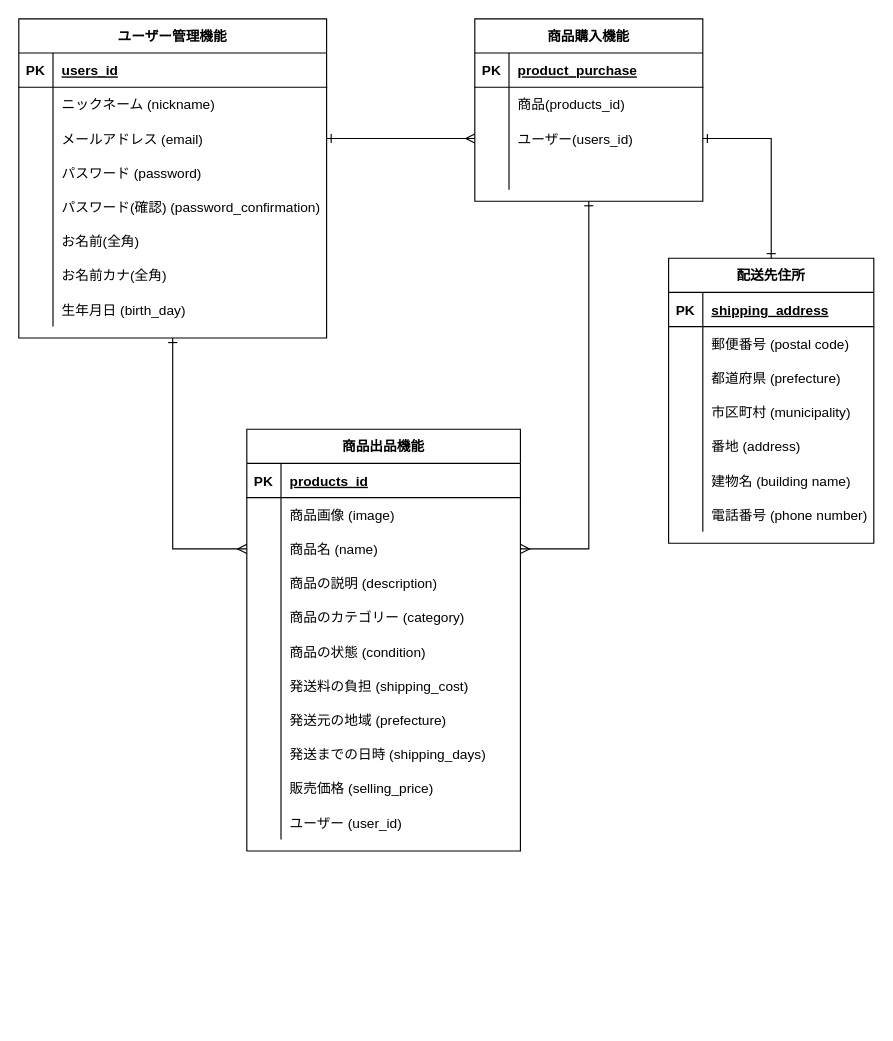
This is furima.dio from kurita-t/furima-33062, a draw.io file, before an edit. Source tidied: cells renumbered, new cells numbered last; positions are measured from the earlier drawing's top-left corner, leaving out a move shared by most shapes. Both pictures are drawn from the tidied source at 114%, with x=0, y=0 at pixel (18, 18).
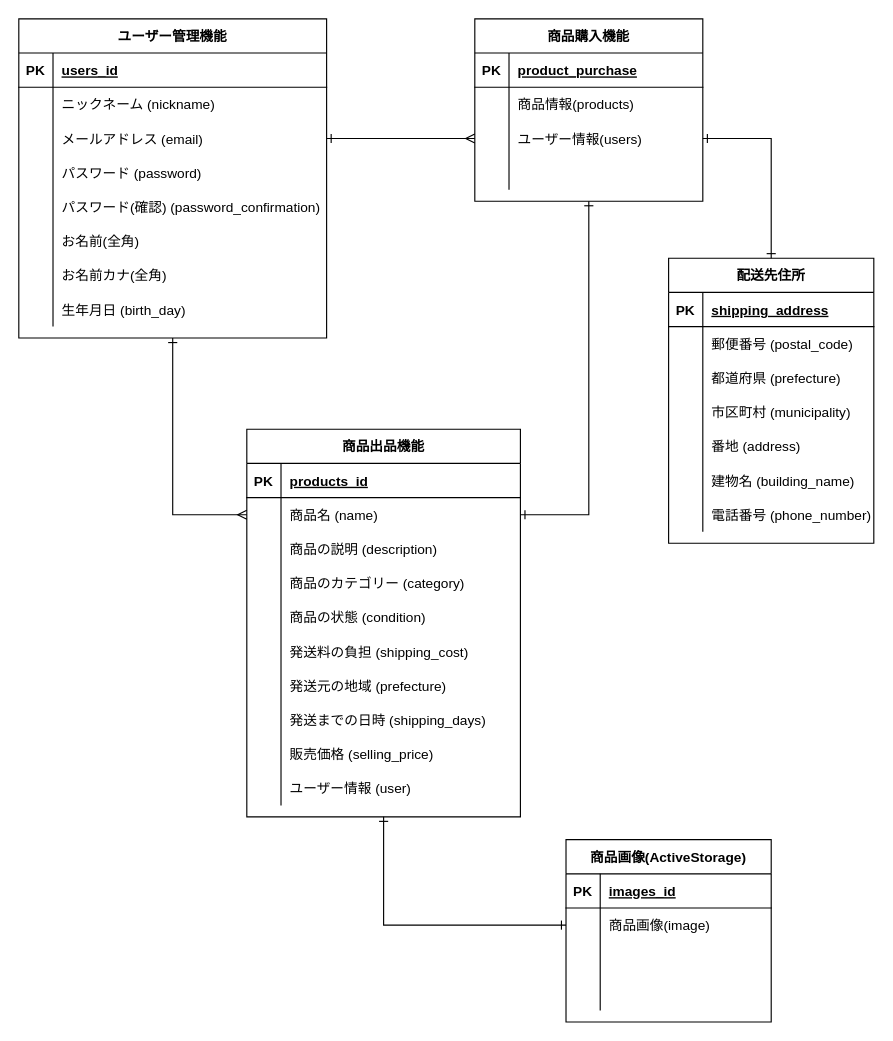
After the change.

Commit message:
ER図作成(修正後)

Unchanged cells that the change refers to:
```xml
<mxCell id="66" style="shape=partialRectangle;fillColor=none;top=0;left=0;bottom=0;right=0;" parent="62" vertex="1">
  <mxGeometry y="60" width="180" height="30" as="geometry" />
</mxCell>
<mxCell id="78" style="shape=partialRectangle;fillColor=none;top=0;left=0;bottom=0;right=0;" parent="62" vertex="1">
  <mxGeometry y="180" width="180" height="30" as="geometry" />
</mxCell>
<mxCell id="81" style="shape=partialRectangle;fillColor=none;top=0;left=0;bottom=0;right=0;" parent="62" vertex="1">
  <mxGeometry y="210" width="180" height="30" as="geometry" />
</mxCell>
<mxCell id="85" value="商品購入機能" style="shape=table;startSize=30;childLayout=tableLayout;rowLines=0;fontStyle=1;align=center;" parent="1" vertex="1">
  <mxGeometry x="400" width="200" height="160" as="geometry" />
</mxCell>
<mxCell id="89" style="shape=partialRectangle;fillColor=none;top=0;left=0;bottom=0;right=0;" parent="85" vertex="1">
  <mxGeometry y="60" width="200" height="30" as="geometry" />
</mxCell>
<mxCell id="92" style="shape=partialRectangle;fillColor=none;top=0;left=0;bottom=0;right=0;points=[[0,0.5],[1,0.5]];portConstraint=eastwest;" parent="85" vertex="1">
  <mxGeometry y="90" width="200" height="30" as="geometry" />
</mxCell>
```

Diff of the diagram source:
```diff
@@
     <mxCell id="28" value="商品出品機能" style="shape=table;startSize=30;childLayout=tableLayout;rowLines=0;fontStyle=1;align=center;" parent="1" vertex="1">
-      <mxGeometry x="200" y="360" width="240" height="370" as="geometry" />
+      <mxGeometry x="200" y="360" width="240" height="340" as="geometry" />
     </mxCell>
@@
-    <mxCell id="32" style="shape=partialRectangle;fillColor=none;top=0;left=0;bottom=0;right=0;" parent="28" vertex="1">
-      <mxGeometry y="60" width="240" height="30" as="geometry" />
-    </mxCell>
-    <mxCell id="33" style="shape=partialRectangle;fillColor=none;top=0;left=0;bottom=0;right=0;overflow=hidden;" parent="32" vertex="1">
-      <mxGeometry width="30" height="30" as="geometry" />
-    </mxCell>
-    <mxCell id="34" value="商品画像 (image)" style="shape=partialRectangle;fillColor=none;top=0;left=0;bottom=0;right=0;align=left;spacingLeft=6;overflow=hidden;" parent="32" vertex="1">
-      <mxGeometry x="30" width="210" height="30" as="geometry" />
-    </mxCell>
     <mxCell id="35" style="shape=partialRectangle;fillColor=none;top=0;left=0;bottom=0;right=0;points=[[0,0.5],[1,0.5]];portConstraint=eastwest;" parent="28" vertex="1">
-      <mxGeometry y="90" width="240" height="30" as="geometry" />
+      <mxGeometry y="60" width="240" height="30" as="geometry" />
     </mxCell>
@@
     <mxCell id="38" style="shape=partialRectangle;fillColor=none;top=0;left=0;bottom=0;right=0;" parent="28" vertex="1">
-      <mxGeometry y="120" width="240" height="30" as="geometry" />
+      <mxGeometry y="90" width="240" height="30" as="geometry" />
     </mxCell>
@@
     <mxCell id="41" style="shape=partialRectangle;fillColor=none;top=0;left=0;bottom=0;right=0;" parent="28" vertex="1">
-      <mxGeometry y="150" width="240" height="30" as="geometry" />
+      <mxGeometry y="120" width="240" height="30" as="geometry" />
     </mxCell>
@@
     <mxCell id="44" style="shape=partialRectangle;fillColor=none;top=0;left=0;bottom=0;right=0;" parent="28" vertex="1">
-      <mxGeometry y="180" width="240" height="30" as="geometry" />
+      <mxGeometry y="150" width="240" height="30" as="geometry" />
     </mxCell>
@@
     <mxCell id="47" style="shape=partialRectangle;fillColor=none;top=0;left=0;bottom=0;right=0;" parent="28" vertex="1">
-      <mxGeometry y="210" width="240" height="30" as="geometry" />
+      <mxGeometry y="180" width="240" height="30" as="geometry" />
     </mxCell>
@@
     <mxCell id="50" style="shape=partialRectangle;fillColor=none;top=0;left=0;bottom=0;right=0;" parent="28" vertex="1">
-      <mxGeometry y="240" width="240" height="30" as="geometry" />
+      <mxGeometry y="210" width="240" height="30" as="geometry" />
     </mxCell>
@@
     <mxCell id="53" style="shape=partialRectangle;fillColor=none;top=0;left=0;bottom=0;right=0;" parent="28" vertex="1">
-      <mxGeometry y="270" width="240" height="30" as="geometry" />
+      <mxGeometry y="240" width="240" height="30" as="geometry" />
     </mxCell>
@@
     <mxCell id="56" style="shape=partialRectangle;fillColor=none;top=0;left=0;bottom=0;right=0;" parent="28" vertex="1">
-      <mxGeometry y="300" width="240" height="30" as="geometry" />
+      <mxGeometry y="270" width="240" height="30" as="geometry" />
     </mxCell>
@@
     <mxCell id="59" style="shape=partialRectangle;fillColor=none;top=0;left=0;bottom=0;right=0;" parent="28" vertex="1">
-      <mxGeometry y="330" width="240" height="30" as="geometry" />
+      <mxGeometry y="300" width="240" height="30" as="geometry" />
     </mxCell>
@@
-    <mxCell id="61" value="ユーザー (user_id)" style="shape=partialRectangle;fillColor=none;top=0;left=0;bottom=0;right=0;align=left;spacingLeft=6;overflow=hidden;" parent="59" vertex="1">
+    <mxCell id="61" value="ユーザー情報 (user)" style="shape=partialRectangle;fillColor=none;top=0;left=0;bottom=0;right=0;align=left;spacingLeft=6;overflow=hidden;" parent="59" vertex="1">
       <mxGeometry x="30" width="210" height="30" as="geometry" />
     </mxCell>
@@
-    <mxCell id="68" value="郵便番号 (postal code)" style="shape=partialRectangle;fillColor=none;top=0;left=0;bottom=0;right=0;align=left;spacingLeft=6;overflow=hidden;" parent="66" vertex="1">
+    <mxCell id="68" value="郵便番号 (postal_code)" style="shape=partialRectangle;fillColor=none;top=0;left=0;bottom=0;right=0;align=left;spacingLeft=6;overflow=hidden;" parent="66" vertex="1">
       <mxGeometry x="30" width="150" height="30" as="geometry" />
     </mxCell>
@@
-    <mxCell id="80" value="建物名 (building name)" style="shape=partialRectangle;fillColor=none;top=0;left=0;bottom=0;right=0;align=left;spacingLeft=6;overflow=hidden;" parent="78" vertex="1">
+    <mxCell id="80" value="建物名 (building_name)" style="shape=partialRectangle;fillColor=none;top=0;left=0;bottom=0;right=0;align=left;spacingLeft=6;overflow=hidden;" parent="78" vertex="1">
       <mxGeometry x="30" width="150" height="30" as="geometry" />
     </mxCell>
@@
-    <mxCell id="83" value="電話番号 (phone number)" style="shape=partialRectangle;fillColor=none;top=0;left=0;bottom=0;right=0;align=left;spacingLeft=6;overflow=hidden;" parent="81" vertex="1">
+    <mxCell id="83" value="電話番号 (phone_number)" style="shape=partialRectangle;fillColor=none;top=0;left=0;bottom=0;right=0;align=left;spacingLeft=6;overflow=hidden;" parent="81" vertex="1">
       <mxGeometry x="30" width="150" height="30" as="geometry" />
     </mxCell>
@@
-    <mxCell id="91" value="商品(products_id)" style="shape=partialRectangle;fillColor=none;top=0;left=0;bottom=0;right=0;align=left;spacingLeft=6;overflow=hidden;" parent="89" vertex="1">
+    <mxCell id="91" value="商品情報(products)" style="shape=partialRectangle;fillColor=none;top=0;left=0;bottom=0;right=0;align=left;spacingLeft=6;overflow=hidden;" parent="89" vertex="1">
       <mxGeometry x="30" width="170" height="30" as="geometry" />
     </mxCell>
@@
-    <mxCell id="94" value="ユーザー(users_id)" style="shape=partialRectangle;fillColor=none;top=0;left=0;bottom=0;right=0;align=left;spacingLeft=6;overflow=hidden;" parent="92" vertex="1">
+    <mxCell id="94" value="ユーザー情報(users)" style="shape=partialRectangle;fillColor=none;top=0;left=0;bottom=0;right=0;align=left;spacingLeft=6;overflow=hidden;" parent="92" vertex="1">
       <mxGeometry x="30" width="170" height="30" as="geometry" />
     </mxCell>
@@
-    <mxCell id="98" style="edgeStyle=orthogonalEdgeStyle;rounded=0;jettySize=auto;html=1;entryX=1;entryY=0.5;entryDx=0;entryDy=0;startArrow=ERone;startFill=0;endArrow=ERmany;endFill=0;exitX=0.5;exitY=1;exitDx=0;exitDy=0;" parent="1" edge="1" source="85" target="35">
+    <mxCell id="98" style="edgeStyle=orthogonalEdgeStyle;rounded=0;jettySize=auto;html=1;entryX=1;entryY=0.5;entryDx=0;entryDy=0;startArrow=ERone;startFill=0;endArrow=ERone;endFill=0;exitX=0.5;exitY=1;exitDx=0;exitDy=0;" parent="1" edge="1" source="85" target="35">
       <mxGeometry relative="1" as="geometry" />
     </mxCell>
@@
+    <mxCell id="100" value="商品画像(ActiveStorage)" style="shape=table;startSize=30;childLayout=tableLayout;rowLines=0;fontStyle=1;align=center;" parent="1" vertex="1">
+      <mxGeometry x="480" y="720" width="180" height="160" as="geometry" />
+    </mxCell>
+    <mxCell id="101" style="shape=partialRectangle;fillColor=none;top=0;left=0;bottom=1;right=0;" parent="100" vertex="1">
+      <mxGeometry y="30" width="180" height="30" as="geometry" />
+    </mxCell>
+    <mxCell id="102" value="PK" style="shape=partialRectangle;fillColor=none;top=0;left=0;bottom=0;right=0;fontStyle=1;overflow=hidden;" parent="101" vertex="1">
+      <mxGeometry width="30" height="30" as="geometry" />
+    </mxCell>
+    <mxCell id="103" value="images_id" style="shape=partialRectangle;fillColor=none;top=0;left=0;bottom=0;right=0;align=left;spacingLeft=6;fontStyle=5;overflow=hidden;" parent="101" vertex="1">
+      <mxGeometry x="30" width="150" height="30" as="geometry" />
+    </mxCell>
+    <mxCell id="104" style="shape=partialRectangle;fillColor=none;top=0;left=0;bottom=0;right=0;points=[[0,0.5],[1,0.5]];portConstraint=eastwest;" parent="100" vertex="1">
+      <mxGeometry y="60" width="180" height="30" as="geometry" />
+    </mxCell>
+    <mxCell id="105" style="shape=partialRectangle;fillColor=none;top=0;left=0;bottom=0;right=0;overflow=hidden;" parent="104" vertex="1">
+      <mxGeometry width="30" height="30" as="geometry" />
+    </mxCell>
+    <mxCell id="106" value="商品画像(image)" style="shape=partialRectangle;fillColor=none;top=0;left=0;bottom=0;right=0;align=left;spacingLeft=6;overflow=hidden;" parent="104" vertex="1">
+      <mxGeometry x="30" width="150" height="30" as="geometry" />
+    </mxCell>
+    <mxCell id="107" style="shape=partialRectangle;fillColor=none;top=0;left=0;bottom=0;right=0;" parent="100" vertex="1">
+      <mxGeometry y="90" width="180" height="30" as="geometry" />
+    </mxCell>
+    <mxCell id="108" style="shape=partialRectangle;fillColor=none;top=0;left=0;bottom=0;right=0;overflow=hidden;" parent="107" vertex="1">
+      <mxGeometry width="30" height="30" as="geometry" />
+    </mxCell>
+    <mxCell id="109" style="shape=partialRectangle;fillColor=none;top=0;left=0;bottom=0;right=0;align=left;spacingLeft=6;overflow=hidden;" parent="107" vertex="1">
+      <mxGeometry x="30" width="150" height="30" as="geometry" />
+    </mxCell>
+    <mxCell id="110" style="shape=partialRectangle;fillColor=none;top=0;left=0;bottom=0;right=0;" parent="100" vertex="1">
+      <mxGeometry y="120" width="180" height="30" as="geometry" />
+    </mxCell>
+    <mxCell id="111" style="shape=partialRectangle;fillColor=none;top=0;left=0;bottom=0;right=0;overflow=hidden;" parent="110" vertex="1">
+      <mxGeometry width="30" height="30" as="geometry" />
+    </mxCell>
+    <mxCell id="112" style="shape=partialRectangle;fillColor=none;top=0;left=0;bottom=0;right=0;align=left;spacingLeft=6;overflow=hidden;" parent="110" vertex="1">
+      <mxGeometry x="30" width="150" height="30" as="geometry" />
+    </mxCell>
+    <mxCell id="113" style="edgeStyle=orthogonalEdgeStyle;rounded=0;jettySize=auto;html=1;exitX=0;exitY=0.5;exitDx=0;exitDy=0;entryX=0.5;entryY=1;entryDx=0;entryDy=0;startArrow=ERone;startFill=0;endArrow=ERone;endFill=0;" parent="1" edge="1" source="104" target="28">
+      <mxGeometry relative="1" as="geometry" />
+    </mxCell>
```
